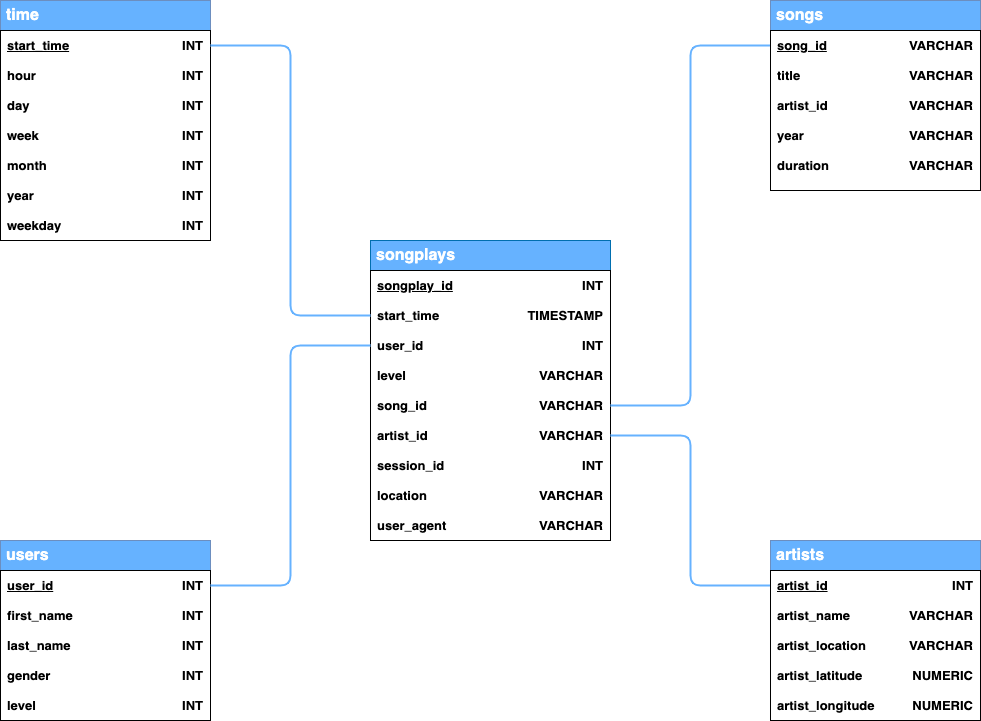
The draw.io diagram images/ERD.png in gaurav-aiml/cloud-datawarehouse-with-redshift, before a commit. Source tidied: cells renumbered, new cells last; positions are measured from the earlier drawing's top-left corner, leaving out a move shared by most shapes.
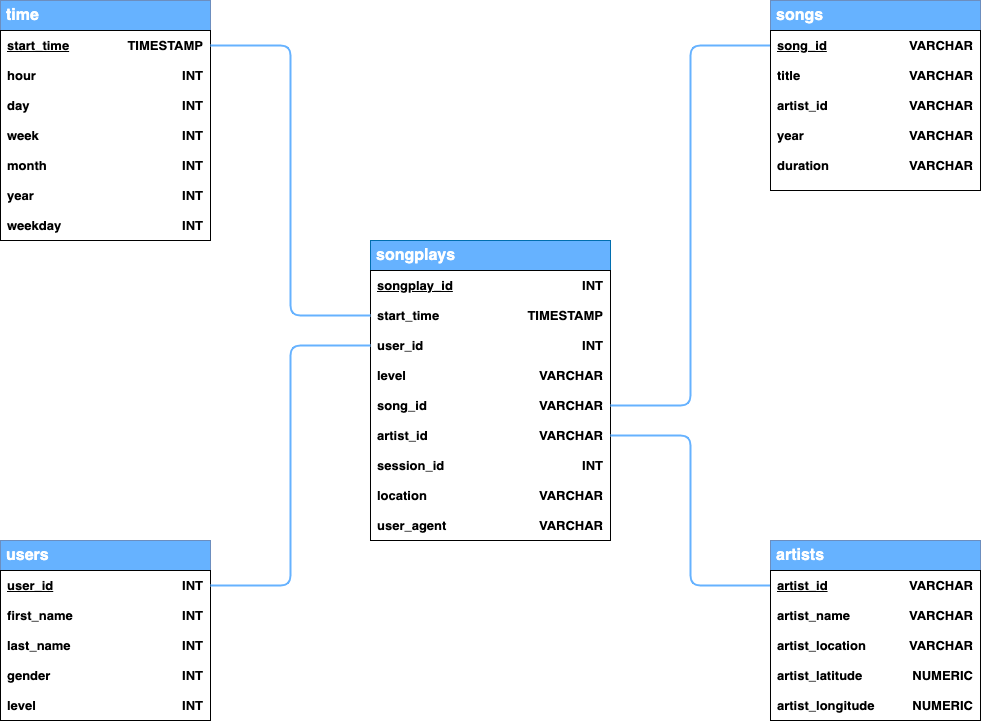
Above is the later version.

Commit message:
IMPROVE: Change image for Star Schema

Added a better image for the Star Schema to be presented in the readme file

Change to the diagram source:
```diff
@@ -80,7 +80,7 @@
     <mxCell id="27" style="edgeStyle=orthogonalEdgeStyle;jettySize=auto;html=1;entryX=0;entryY=0.5;entryDx=0;entryDy=0;fontSize=13;endArrow=none;endFill=0;rounded=1;jumpSize=10;strokeWidth=2;strokeColor=#66B2FF;" parent="1" edge="1" source="28" target="6">
       <mxGeometry relative="1" as="geometry" />
     </mxCell>
-    <mxCell id="28" value="INT" style="text;html=1;strokeColor=none;fillColor=none;align=right;verticalAlign=middle;whiteSpace=wrap;rounded=0;spacingRight=5;fontStyle=1;fontSize=13;" parent="1" vertex="1">
+    <mxCell id="28" value="TIMESTAMP" style="text;html=1;strokeColor=none;fillColor=none;align=right;verticalAlign=middle;whiteSpace=wrap;rounded=0;spacingRight=5;fontStyle=1;fontSize=13;" parent="1" vertex="1">
       <mxGeometry x="130" y="30" width="80" height="30" as="geometry" />
     </mxCell>
     <mxCell id="29" value="hour" style="text;html=1;strokeColor=none;fillColor=none;align=left;verticalAlign=middle;whiteSpace=wrap;rounded=0;spacingLeft=5;fontStyle=1;fontSize=13;" parent="1" vertex="1">
@@ -203,7 +203,7 @@
     <mxCell id="68" value="&lt;span style=&quot;font-size: 13px&quot;&gt;&lt;u style=&quot;font-size: 13px&quot;&gt;artist_id&lt;/u&gt;&lt;/span&gt;" style="text;html=1;strokeColor=none;fillColor=none;align=left;verticalAlign=middle;whiteSpace=wrap;rounded=0;spacingLeft=5;fontStyle=1;fontSize=13;" parent="1" vertex="1">
       <mxGeometry x="770" y="570" width="130" height="30" as="geometry" />
     </mxCell>
-    <mxCell id="69" value="INT" style="text;html=1;strokeColor=none;fillColor=none;align=right;verticalAlign=middle;whiteSpace=wrap;rounded=0;spacingRight=5;fontStyle=1;fontSize=13;" parent="1" vertex="1">
+    <mxCell id="69" value="VARCHAR" style="text;html=1;strokeColor=none;fillColor=none;align=right;verticalAlign=middle;whiteSpace=wrap;rounded=0;spacingRight=5;fontStyle=1;fontSize=13;" parent="1" vertex="1">
       <mxGeometry x="900" y="570" width="80" height="30" as="geometry" />
     </mxCell>
     <mxCell id="70" value="artist_name" style="text;html=1;strokeColor=none;fillColor=none;align=left;verticalAlign=middle;whiteSpace=wrap;rounded=0;spacingLeft=5;fontStyle=1;fontSize=13;" parent="1" vertex="1">
```
